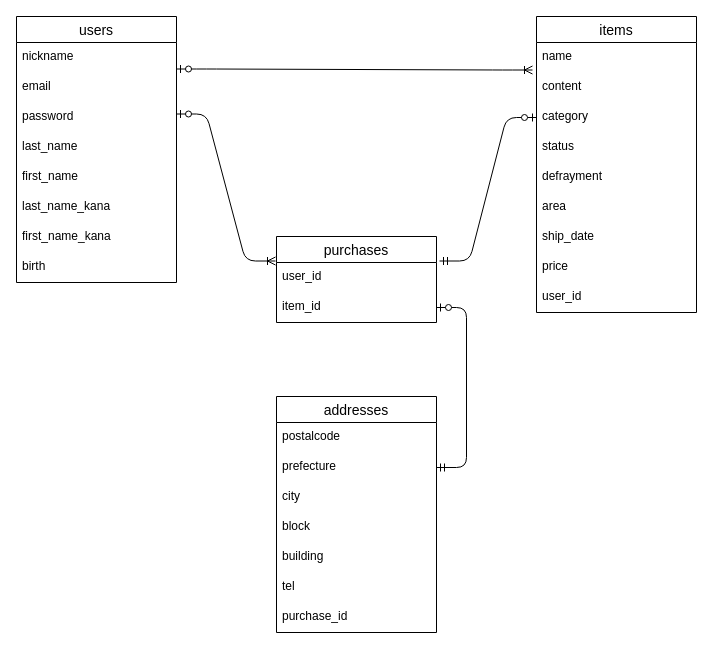
This is ER.dio from emi-i/furima-38082, a draw.io file, before an edit. Source tidied: cells renumbered, new cells numbered last; positions are measured from the earlier drawing's top-left corner, leaving out a move shared by most shapes. Both pictures are drawn from the tidied source at 100%, with x=0, y=0 at pixel (16, 16).
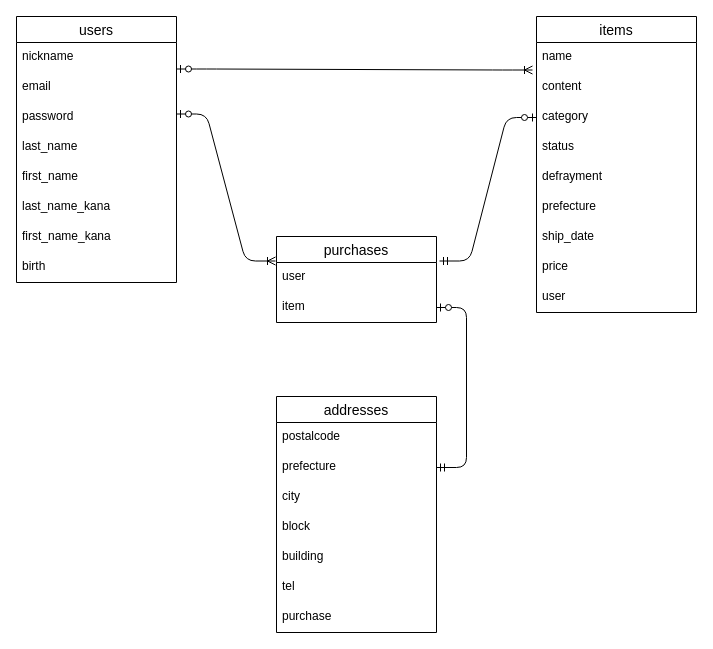
After the change.

Commit message (it also covers changes not shown here):
データベース設計　修正

Unchanged cells that the change refers to:
```xml
<mxCell id="15" value="items" style="swimlane;fontStyle=0;horizontal=1;startSize=26;align=center;fontSize=14;" parent="1" vertex="1">
  <mxGeometry x="520" width="160" height="296" as="geometry" />
</mxCell>
<mxCell id="25" value="purchases" style="swimlane;fontStyle=0;horizontal=1;startSize=26;align=center;fontSize=14;" parent="1" vertex="1">
  <mxGeometry x="260" y="220" width="160" height="86" as="geometry" />
</mxCell>
<mxCell id="28" value="addresses" style="swimlane;fontStyle=0;horizontal=1;startSize=26;align=center;fontSize=14;" parent="1" vertex="1">
  <mxGeometry x="260" y="380" width="160" height="236" as="geometry" />
</mxCell>
```

What changed in the source:
```diff
@@
-    <mxCell id="21" value="area" style="text;strokeColor=none;fillColor=none;spacingLeft=4;spacingRight=4;overflow=hidden;fontSize=12;" parent="15" vertex="1">
+    <mxCell id="21" value="prefecture" style="text;strokeColor=none;fillColor=none;spacingLeft=4;spacingRight=4;overflow=hidden;fontSize=12;" parent="15" vertex="1">
       <mxGeometry y="176" width="160" height="30" as="geometry" />
     </mxCell>
@@
-    <mxCell id="24" value="user_id" style="text;strokeColor=none;fillColor=none;spacingLeft=4;spacingRight=4;overflow=hidden;fontSize=12;" parent="15" vertex="1">
+    <mxCell id="24" value="user" style="text;strokeColor=none;fillColor=none;spacingLeft=4;spacingRight=4;overflow=hidden;fontSize=12;" parent="15" vertex="1">
       <mxGeometry y="266" width="160" height="30" as="geometry" />
     </mxCell>
@@
-    <mxCell id="26" value="user_id" style="text;strokeColor=none;fillColor=none;spacingLeft=4;spacingRight=4;overflow=hidden;fontSize=12;" parent="25" vertex="1">
+    <mxCell id="26" value="user" style="text;strokeColor=none;fillColor=none;spacingLeft=4;spacingRight=4;overflow=hidden;fontSize=12;" parent="25" vertex="1">
       <mxGeometry y="26" width="160" height="30" as="geometry" />
     </mxCell>
-    <mxCell id="27" value="item_id" style="text;strokeColor=none;fillColor=none;spacingLeft=4;spacingRight=4;overflow=hidden;points=[[0,0.5],[1,0.5]];portConstraint=eastwest;fontSize=12;" parent="25" vertex="1">
+    <mxCell id="27" value="item" style="text;strokeColor=none;fillColor=none;spacingLeft=4;spacingRight=4;overflow=hidden;points=[[0,0.5],[1,0.5]];portConstraint=eastwest;fontSize=12;" parent="25" vertex="1">
       <mxGeometry y="56" width="160" height="30" as="geometry" />
     </mxCell>
@@
-    <mxCell id="35" value="purchase_id" style="text;strokeColor=none;fillColor=none;spacingLeft=4;spacingRight=4;overflow=hidden;fontSize=12;" parent="28" vertex="1">
+    <mxCell id="35" value="purchase" style="text;strokeColor=none;fillColor=none;spacingLeft=4;spacingRight=4;overflow=hidden;fontSize=12;" parent="28" vertex="1">
       <mxGeometry y="206" width="160" height="30" as="geometry" />
     </mxCell>
```
